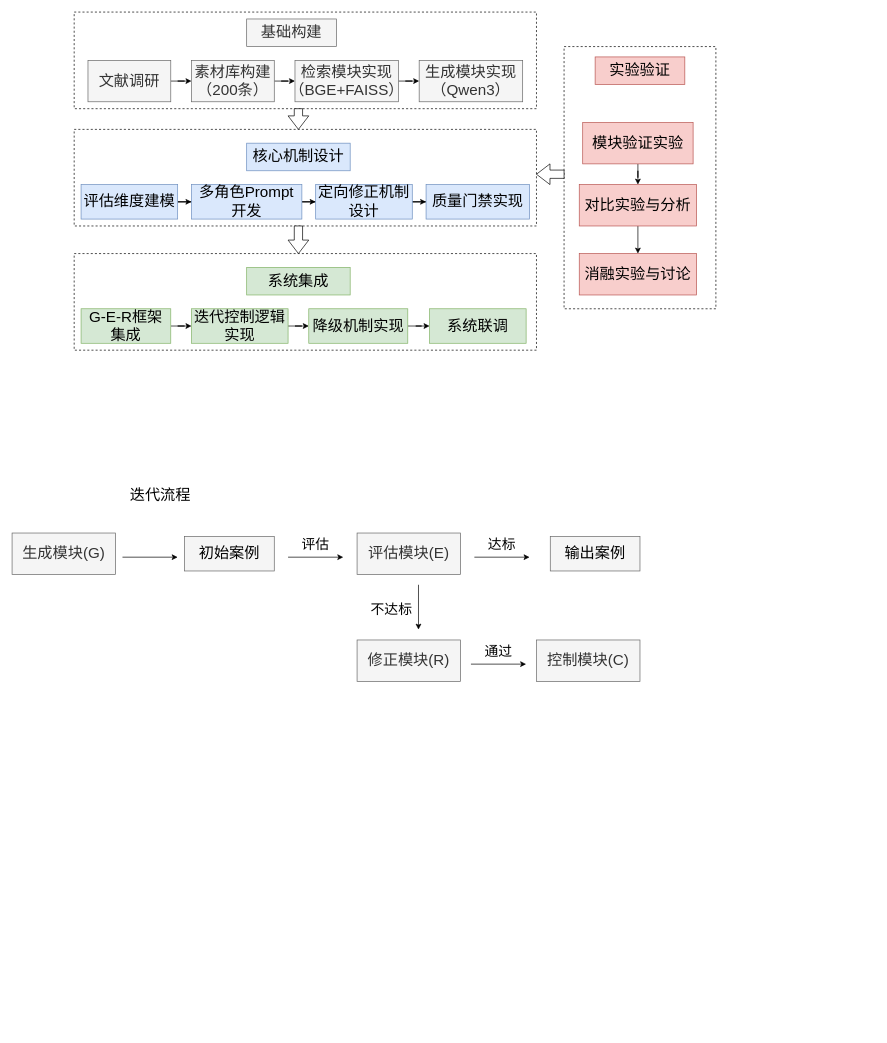
This is （开题报告3）技术路线图.drawio from handsome-tony/picture, a draw.io file, before an edit. Source tidied: cells renumbered, new cells numbered last; positions are measured from the earlier drawing's top-left corner, leaving out a move shared by most shapes. Both pictures are drawn from the tidied source at 69%, with x=0, y=0 at pixel (12, 12).
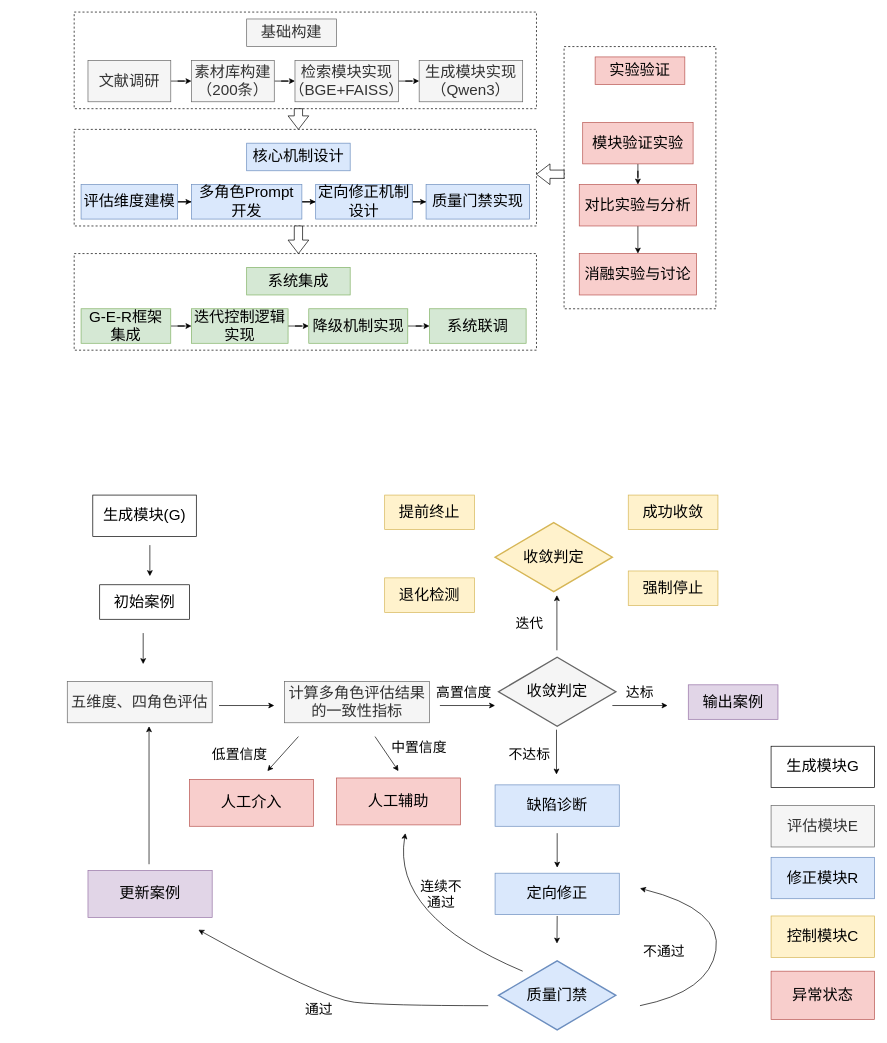
The same page after the edit.

Commit message:
更新（开题报告3）技术路线图.drawio

Diff of the diagram source:
```diff
@@
-    <mxCell id="39" value="&lt;font style=&quot;font-size: 22px;&quot;&gt;迭代流程&lt;/font&gt;" style="text;html=1;whiteSpace=wrap;strokeColor=none;fillColor=none;align=center;verticalAlign=middle;rounded=0;" parent="1" vertex="1">
-      <mxGeometry x="120" y="680" width="190" height="40" as="geometry" />
-    </mxCell>
-    <mxCell id="40" value="&lt;font style=&quot;font-size: 22px;&quot;&gt;初始案例&lt;/font&gt;" style="rounded=0;whiteSpace=wrap;html=1;fillColor=#f5f5f5;strokeColor=#666666;" parent="1" vertex="1">
-      <mxGeometry x="250" y="760" width="130" height="50" as="geometry" />
+    <mxCell id="40" value="&lt;font style=&quot;font-size: 22px;&quot;&gt;初始案例&lt;/font&gt;" style="rounded=0;whiteSpace=wrap;html=1;" parent="1" vertex="1">
+      <mxGeometry x="127" y="830" width="130" height="50" as="geometry" />
     </mxCell>
-    <mxCell id="41" value="&lt;font style=&quot;font-size: 22px;&quot;&gt;评估模块(E)&lt;/font&gt;" style="rounded=0;whiteSpace=wrap;html=1;fillColor=#f5f5f5;fontColor=#333333;strokeColor=#666666;" parent="1" vertex="1">
-      <mxGeometry x="500" y="755" width="150" height="60" as="geometry" />
-    </mxCell>
-    <mxCell id="42" style="endArrow=classic;html=1;rounded=0;" parent="1" edge="1">
-      <mxGeometry relative="1" as="geometry">
-        <mxPoint x="400" y="790" as="sourcePoint" />
-        <mxPoint x="480" y="790" as="targetPoint" />
-      </mxGeometry>
-    </mxCell>
-    <mxCell id="43" value="&lt;font style=&quot;font-size: 20px;&quot;&gt;评估&lt;/font&gt;" style="text;html=1;whiteSpace=wrap;strokeColor=none;fillColor=none;align=center;verticalAlign=middle;rounded=0;" parent="1" vertex="1">
-      <mxGeometry x="410" y="755" width="60" height="30" as="geometry" />
-    </mxCell>
-    <mxCell id="44" style="endArrow=classic;html=1;rounded=0;" parent="1" edge="1">
-      <mxGeometry relative="1" as="geometry">
-        <mxPoint x="670" y="790" as="sourcePoint" />
-        <mxPoint x="750" y="790" as="targetPoint" />
-      </mxGeometry>
-    </mxCell>
+    <mxCell id="55" value="&lt;font style=&quot;font-size: 22px;&quot;&gt;五维度、四角色评估&lt;/font&gt;" style="rounded=0;whiteSpace=wrap;html=1;fillColor=#f5f5f5;fontColor=#333333;strokeColor=#666666;" parent="1" vertex="1">
+      <mxGeometry x="80" y="970" width="210" height="60" as="geometry" />
+    </mxCell>
+    <mxCell id="53" value="&lt;font style=&quot;font-size: 22px;&quot;&gt;生成模块(G)&lt;/font&gt;" style="rounded=0;whiteSpace=wrap;html=1;" parent="1" vertex="1">
+      <mxGeometry x="117" y="700" width="150" height="60" as="geometry" />
+    </mxCell>
+    <mxCell id="56" value="&lt;font style=&quot;font-size: 22px;&quot;&gt;计算多角色评估结果的一致性指标&lt;/font&gt;" style="rounded=0;whiteSpace=wrap;html=1;fillColor=#f5f5f5;fontColor=#333333;strokeColor=#666666;" parent="1" vertex="1">
+      <mxGeometry x="395" y="970" width="210" height="60" as="geometry" />
+    </mxCell>
+    <mxCell id="57" style="endArrow=classic;html=1;rounded=0;" parent="1" edge="1">
+      <mxGeometry relative="1" as="geometry">
+        <mxPoint x="300" y="1005" as="sourcePoint" />
+        <mxPoint x="380" y="1005" as="targetPoint" />
+      </mxGeometry>
+    </mxCell>
+    <mxCell id="58" style="endArrow=classic;html=1;rounded=0;" parent="1" edge="1">
+      <mxGeometry relative="1" as="geometry">
+        <mxPoint x="620" y="1005" as="sourcePoint" />
+        <mxPoint x="700" y="1005" as="targetPoint" />
+      </mxGeometry>
+    </mxCell>
+    <mxCell id="59" style="endArrow=classic;html=1;rounded=0;" parent="1" edge="1">
+      <mxGeometry relative="1" as="geometry">
+        <mxPoint x="789" y="1040" as="sourcePoint" />
+        <mxPoint x="789" y="1105" as="targetPoint" />
+      </mxGeometry>
+    </mxCell>
+    <mxCell id="48" value="&lt;font style=&quot;font-size: 20px;&quot;&gt;不达标&lt;/font&gt;" style="text;html=1;whiteSpace=wrap;strokeColor=none;fillColor=none;align=center;verticalAlign=middle;rounded=0;" parent="1" vertex="1">
+      <mxGeometry x="710" y="1060" width="80" height="30" as="geometry" />
+    </mxCell>
+    <mxCell id="60" value="&lt;span style=&quot;font-size: 22px;&quot;&gt;缺陷诊断&lt;/span&gt;" style="rounded=0;whiteSpace=wrap;html=1;fillColor=#dae8fc;strokeColor=#6c8ebf;" parent="1" vertex="1">
+      <mxGeometry x="700" y="1120" width="180" height="60" as="geometry" />
+    </mxCell>
+    <mxCell id="61" style="endArrow=classic;html=1;rounded=0;" parent="1" edge="1">
+      <mxGeometry relative="1" as="geometry">
+        <mxPoint x="790" y="1190" as="sourcePoint" />
+        <mxPoint x="790" y="1240" as="targetPoint" />
+      </mxGeometry>
+    </mxCell>
+    <mxCell id="62" value="&lt;span style=&quot;font-size: 22px;&quot;&gt;定向修正&lt;/span&gt;" style="rounded=0;whiteSpace=wrap;html=1;fillColor=#dae8fc;strokeColor=#6c8ebf;" parent="1" vertex="1">
+      <mxGeometry x="700" y="1248" width="180" height="60" as="geometry" />
+    </mxCell>
+    <mxCell id="63" style="endArrow=classic;html=1;rounded=0;" parent="1" edge="1">
+      <mxGeometry relative="1" as="geometry">
+        <mxPoint x="790" y="1310" as="sourcePoint" />
+        <mxPoint x="789.7" y="1350" as="targetPoint" />
+      </mxGeometry>
+    </mxCell>
+    <mxCell id="64" value="&lt;font style=&quot;font-size: 20px;&quot;&gt;不通过&lt;/font&gt;" style="text;html=1;whiteSpace=wrap;strokeColor=none;fillColor=none;align=center;verticalAlign=middle;rounded=0;" parent="1" vertex="1">
+      <mxGeometry x="910" y="1345" width="70" height="30" as="geometry" />
+    </mxCell>
+    <mxCell id="65" value="&lt;span style=&quot;font-size: 22px;&quot;&gt;更新案例&lt;/span&gt;" style="rounded=0;whiteSpace=wrap;html=1;fillColor=#e1d5e7;strokeColor=#9673a6;" parent="1" vertex="1">
+      <mxGeometry x="110" y="1244" width="180" height="68" as="geometry" />
+    </mxCell>
+    <mxCell id="66" style="curved=1;endArrow=classic;html=1;rounded=0;" parent="1" edge="1">
+      <mxGeometry relative="1" as="geometry">
+        <mxPoint x="690" y="1440" as="sourcePoint" />
+        <mxPoint x="270" y="1330" as="targetPoint" />
+        <Array as="points">
+          <mxPoint x="542" y="1440" />
+          <mxPoint x="450" y="1430" />
+        </Array>
+      </mxGeometry>
+    </mxCell>
+    <mxCell id="51" value="&lt;font style=&quot;font-size: 20px;&quot;&gt;通过&lt;/font&gt;" style="text;html=1;whiteSpace=wrap;strokeColor=none;fillColor=none;align=center;verticalAlign=middle;rounded=0;" parent="1" vertex="1">
+      <mxGeometry x="410" y="1430" width="70" height="30" as="geometry" />
+    </mxCell>
+    <mxCell id="67" style="endArrow=classic;html=1;rounded=0;" parent="1" edge="1">
+      <mxGeometry relative="1" as="geometry">
+        <mxPoint x="870" y="1005" as="sourcePoint" />
+        <mxPoint x="950" y="1005" as="targetPoint" />
+      </mxGeometry>
+    </mxCell>
     <mxCell id="45" value="&lt;font style=&quot;font-size: 20px;&quot;&gt;达标&lt;/font&gt;" style="text;html=1;whiteSpace=wrap;strokeColor=none;fillColor=none;align=center;verticalAlign=middle;rounded=0;" parent="1" vertex="1">
-      <mxGeometry x="680" y="755" width="60" height="30" as="geometry" />
+      <mxGeometry x="880" y="970" width="60" height="30" as="geometry" />
     </mxCell>
-    <mxCell id="46" value="&lt;font style=&quot;font-size: 22px;&quot;&gt;输出案例&lt;/font&gt;" style="rounded=0;whiteSpace=wrap;html=1;fillColor=#f5f5f5;strokeColor=#666666;" parent="1" vertex="1">
-      <mxGeometry x="780" y="760" width="130" height="50" as="geometry" />
+    <mxCell id="46" value="&lt;font style=&quot;font-size: 22px;&quot;&gt;输出案例&lt;/font&gt;" style="rounded=0;whiteSpace=wrap;html=1;fillColor=#e1d5e7;strokeColor=#9673a6;" parent="1" vertex="1">
+      <mxGeometry x="980" y="975" width="130" height="50" as="geometry" />
     </mxCell>
-    <mxCell id="47" style="endArrow=classic;html=1;rounded=0;" parent="1" edge="1">
-      <mxGeometry relative="1" as="geometry">
-        <mxPoint x="589" y="830" as="sourcePoint" />
-        <mxPoint x="589" y="895" as="targetPoint" />
-      </mxGeometry>
-    </mxCell>
-    <mxCell id="48" value="&lt;font style=&quot;font-size: 20px;&quot;&gt;不达标&lt;/font&gt;" style="text;html=1;whiteSpace=wrap;strokeColor=none;fillColor=none;align=center;verticalAlign=middle;rounded=0;" parent="1" vertex="1">
-      <mxGeometry x="510" y="850" width="80" height="30" as="geometry" />
-    </mxCell>
-    <mxCell id="49" value="&lt;font style=&quot;font-size: 22px;&quot;&gt;修正模块(R)&lt;/font&gt;" style="rounded=0;whiteSpace=wrap;html=1;fillColor=#f5f5f5;fontColor=#333333;strokeColor=#666666;" parent="1" vertex="1">
-      <mxGeometry x="500" y="910" width="150" height="60" as="geometry" />
-    </mxCell>
-    <mxCell id="50" style="endArrow=classic;html=1;rounded=0;" parent="1" edge="1">
-      <mxGeometry relative="1" as="geometry">
-        <mxPoint x="665" y="945" as="sourcePoint" />
-        <mxPoint x="745" y="945" as="targetPoint" />
-      </mxGeometry>
-    </mxCell>
-    <mxCell id="51" value="&lt;font style=&quot;font-size: 20px;&quot;&gt;通过&lt;/font&gt;" style="text;html=1;whiteSpace=wrap;strokeColor=none;fillColor=none;align=center;verticalAlign=middle;rounded=0;" parent="1" vertex="1">
-      <mxGeometry x="675" y="910" width="60" height="30" as="geometry" />
-    </mxCell>
-    <mxCell id="52" value="&lt;font style=&quot;font-size: 22px;&quot;&gt;控制模块(C)&lt;/font&gt;" style="rounded=0;whiteSpace=wrap;html=1;fillColor=#f5f5f5;fontColor=#333333;strokeColor=#666666;" parent="1" vertex="1">
-      <mxGeometry x="760" y="910" width="150" height="60" as="geometry" />
-    </mxCell>
-    <mxCell id="53" value="&lt;font style=&quot;font-size: 22px;&quot;&gt;生成模块(G)&lt;/font&gt;" style="rounded=0;whiteSpace=wrap;html=1;fillColor=#f5f5f5;fontColor=#333333;strokeColor=#666666;" parent="1" vertex="1">
-      <mxGeometry y="755" width="150" height="60" as="geometry" />
-    </mxCell>
-    <mxCell id="54" style="endArrow=classic;html=1;rounded=0;" parent="1" edge="1">
-      <mxGeometry relative="1" as="geometry">
-        <mxPoint x="160" y="790" as="sourcePoint" />
-        <mxPoint x="240" y="790" as="targetPoint" />
-      </mxGeometry>
-    </mxCell>
+    <mxCell id="68" value="&lt;span style=&quot;color: rgb(0, 0, 0); font-size: 22px;&quot;&gt;收敛判定&lt;/span&gt;" style="strokeWidth=2;html=1;shape=mxgraph.flowchart.decision;whiteSpace=wrap;fillColor=#f5f5f5;fontColor=#333333;strokeColor=#666666;" parent="1" vertex="1">
+      <mxGeometry x="705" y="935" width="170" height="100" as="geometry" />
+    </mxCell>
+    <mxCell id="69" value="&lt;span style=&quot;color: rgb(0, 0, 0); font-size: 22px;&quot;&gt;质量门禁&lt;/span&gt;" style="strokeWidth=2;html=1;shape=mxgraph.flowchart.decision;whiteSpace=wrap;fillColor=#dae8fc;strokeColor=#6c8ebf;" parent="1" vertex="1">
+      <mxGeometry x="705" y="1375" width="170" height="100" as="geometry" />
+    </mxCell>
+    <mxCell id="70" style="curved=1;endArrow=classic;html=1;rounded=0;" parent="1" edge="1">
+      <mxGeometry relative="1" as="geometry">
+        <mxPoint x="910" y="1440" as="sourcePoint" />
+        <mxPoint x="910" y="1270" as="targetPoint" />
+        <Array as="points">
+          <mxPoint x="1010" y="1420" />
+          <mxPoint x="1030" y="1300" />
+        </Array>
+      </mxGeometry>
+    </mxCell>
+    <mxCell id="71" value="&lt;span style=&quot;font-size: 22px;&quot;&gt;人工介入&lt;/span&gt;" style="rounded=0;whiteSpace=wrap;html=1;fillColor=#f8cecc;strokeColor=#b85450;" parent="1" vertex="1">
+      <mxGeometry x="257" y="1112" width="180" height="68" as="geometry" />
+    </mxCell>
+    <mxCell id="72" value="&lt;span style=&quot;font-size: 22px;&quot;&gt;人工辅助&lt;/span&gt;" style="rounded=0;whiteSpace=wrap;html=1;fillColor=#f8cecc;strokeColor=#b85450;" parent="1" vertex="1">
+      <mxGeometry x="470" y="1110" width="180" height="68" as="geometry" />
+    </mxCell>
+    <mxCell id="73" value="&lt;span style=&quot;font-size: 20px;&quot;&gt;高置信度&lt;/span&gt;" style="text;html=1;whiteSpace=wrap;strokeColor=none;fillColor=none;align=center;verticalAlign=middle;rounded=0;" parent="1" vertex="1">
+      <mxGeometry x="610" y="970" width="90" height="30" as="geometry" />
+    </mxCell>
+    <mxCell id="74" style="endArrow=classic;html=1;rounded=0;" parent="1" edge="1">
+      <mxGeometry relative="1" as="geometry">
+        <mxPoint x="415" y="1050" as="sourcePoint" />
+        <mxPoint x="370" y="1100" as="targetPoint" />
+      </mxGeometry>
+    </mxCell>
+    <mxCell id="75" value="&lt;font style=&quot;font-size: 20px;&quot;&gt;低置信度&lt;/font&gt;" style="text;html=1;whiteSpace=wrap;strokeColor=none;fillColor=none;align=center;verticalAlign=middle;rounded=0;" parent="1" vertex="1">
+      <mxGeometry x="280" y="1060" width="100" height="30" as="geometry" />
+    </mxCell>
+    <mxCell id="76" style="endArrow=classic;html=1;rounded=0;" parent="1" edge="1">
+      <mxGeometry relative="1" as="geometry">
+        <mxPoint x="526" y="1050" as="sourcePoint" />
+        <mxPoint x="560" y="1100" as="targetPoint" />
+      </mxGeometry>
+    </mxCell>
+    <mxCell id="77" value="&lt;font style=&quot;font-size: 20px;&quot;&gt;中置信度&lt;/font&gt;" style="text;html=1;whiteSpace=wrap;strokeColor=none;fillColor=none;align=center;verticalAlign=middle;rounded=0;" parent="1" vertex="1">
+      <mxGeometry x="540" y="1050" width="100" height="30" as="geometry" />
+    </mxCell>
+    <mxCell id="78" style="curved=1;endArrow=classic;html=1;rounded=0;" parent="1" edge="1">
+      <mxGeometry relative="1" as="geometry">
+        <mxPoint x="740" y="1390" as="sourcePoint" />
+        <mxPoint x="570" y="1190" as="targetPoint" />
+        <Array as="points">
+          <mxPoint x="740" y="1390" />
+          <mxPoint x="550" y="1310" />
+        </Array>
+      </mxGeometry>
+    </mxCell>
+    <mxCell id="79" value="&lt;font style=&quot;font-size: 20px;&quot;&gt;连续不通过&lt;/font&gt;" style="text;html=1;whiteSpace=wrap;strokeColor=none;fillColor=none;align=center;verticalAlign=middle;rounded=0;" parent="1" vertex="1">
+      <mxGeometry x="587" y="1263" width="70" height="30" as="geometry" />
+    </mxCell>
+    <mxCell id="80" style="endArrow=classic;html=1;rounded=0;" parent="1" edge="1">
+      <mxGeometry relative="1" as="geometry">
+        <mxPoint x="198.5" y="1235" as="sourcePoint" />
+        <mxPoint x="198.5" y="1035" as="targetPoint" />
+      </mxGeometry>
+    </mxCell>
+    <mxCell id="81" style="endArrow=classic;html=1;rounded=0;" parent="1" edge="1">
+      <mxGeometry relative="1" as="geometry">
+        <mxPoint x="789.6" y="925" as="sourcePoint" />
+        <mxPoint x="789.6" y="845" as="targetPoint" />
+      </mxGeometry>
+    </mxCell>
+    <mxCell id="82" value="&lt;span style=&quot;font-size: 20px;&quot;&gt;迭代&lt;/span&gt;" style="text;html=1;whiteSpace=wrap;strokeColor=none;fillColor=none;align=center;verticalAlign=middle;rounded=0;" parent="1" vertex="1">
+      <mxGeometry x="720" y="870" width="60" height="30" as="geometry" />
+    </mxCell>
+    <mxCell id="83" value="&lt;span style=&quot;color: rgb(0, 0, 0); font-size: 22px;&quot;&gt;收敛判定&lt;/span&gt;" style="strokeWidth=2;html=1;shape=mxgraph.flowchart.decision;whiteSpace=wrap;fillColor=#fff2cc;strokeColor=#d6b656;" parent="1" vertex="1">
+      <mxGeometry x="700" y="740" width="170" height="100" as="geometry" />
+    </mxCell>
+    <mxCell id="84" value="&lt;font style=&quot;font-size: 22px;&quot;&gt;成功收敛&lt;/font&gt;" style="rounded=0;whiteSpace=wrap;html=1;fillColor=#fff2cc;strokeColor=#d6b656;" parent="1" vertex="1">
+      <mxGeometry x="893" y="700" width="130" height="50" as="geometry" />
+    </mxCell>
+    <mxCell id="85" value="&lt;font style=&quot;font-size: 22px;&quot;&gt;强制停止&lt;/font&gt;" style="rounded=0;whiteSpace=wrap;html=1;fillColor=#fff2cc;strokeColor=#d6b656;" parent="1" vertex="1">
+      <mxGeometry x="893" y="810" width="130" height="50" as="geometry" />
+    </mxCell>
+    <mxCell id="86" value="&lt;span style=&quot;font-size: 22px;&quot;&gt;提前终止&lt;/span&gt;" style="rounded=0;whiteSpace=wrap;html=1;fillColor=#fff2cc;strokeColor=#d6b656;" parent="1" vertex="1">
+      <mxGeometry x="540" y="700" width="130" height="50" as="geometry" />
+    </mxCell>
+    <mxCell id="87" value="&lt;font style=&quot;font-size: 22px;&quot;&gt;退化检测&lt;/font&gt;" style="rounded=0;whiteSpace=wrap;html=1;fillColor=#fff2cc;strokeColor=#d6b656;" parent="1" vertex="1">
+      <mxGeometry x="540" y="820" width="130" height="50" as="geometry" />
+    </mxCell>
+    <mxCell id="88" style="endArrow=classic;html=1;rounded=0;" parent="1" edge="1">
+      <mxGeometry relative="1" as="geometry">
+        <mxPoint x="199.7" y="772.5" as="sourcePoint" />
+        <mxPoint x="199.7" y="817.5" as="targetPoint" />
+      </mxGeometry>
+    </mxCell>
+    <mxCell id="89" style="endArrow=classic;html=1;rounded=0;" parent="1" edge="1">
+      <mxGeometry relative="1" as="geometry">
+        <mxPoint x="190" y="900" as="sourcePoint" />
+        <mxPoint x="190" y="945" as="targetPoint" />
+      </mxGeometry>
+    </mxCell>
+    <mxCell id="90" value="&lt;font style=&quot;font-size: 22px;&quot;&gt;生成模块G&lt;/font&gt;" style="rounded=0;whiteSpace=wrap;html=1;" parent="1" vertex="1">
+      <mxGeometry x="1100" y="1064" width="150" height="60" as="geometry" />
+    </mxCell>
+    <mxCell id="91" value="&lt;font style=&quot;font-size: 22px;&quot;&gt;评估模块E&lt;/font&gt;" style="rounded=0;whiteSpace=wrap;html=1;fillColor=#f5f5f5;strokeColor=#666666;fontColor=#333333;" parent="1" vertex="1">
+      <mxGeometry x="1100" y="1150" width="150" height="60" as="geometry" />
+    </mxCell>
+    <mxCell id="92" value="&lt;font style=&quot;font-size: 22px;&quot;&gt;修正模块R&lt;/font&gt;" style="rounded=0;whiteSpace=wrap;html=1;fillColor=#dae8fc;strokeColor=#6c8ebf;" parent="1" vertex="1">
+      <mxGeometry x="1100" y="1225" width="150" height="60" as="geometry" />
+    </mxCell>
+    <mxCell id="93" value="&lt;font style=&quot;font-size: 22px;&quot;&gt;控制模块C&lt;/font&gt;" style="rounded=0;whiteSpace=wrap;html=1;fillColor=#fff2cc;strokeColor=#d6b656;" parent="1" vertex="1">
+      <mxGeometry x="1100" y="1310" width="150" height="60" as="geometry" />
+    </mxCell>
+    <mxCell id="94" value="&lt;font style=&quot;font-size: 22px;&quot;&gt;异常状态&lt;/font&gt;" style="rounded=0;whiteSpace=wrap;html=1;fillColor=#f8cecc;strokeColor=#b85450;" parent="1" vertex="1">
+      <mxGeometry x="1100" y="1390" width="150" height="70" as="geometry" />
+    </mxCell>
```
